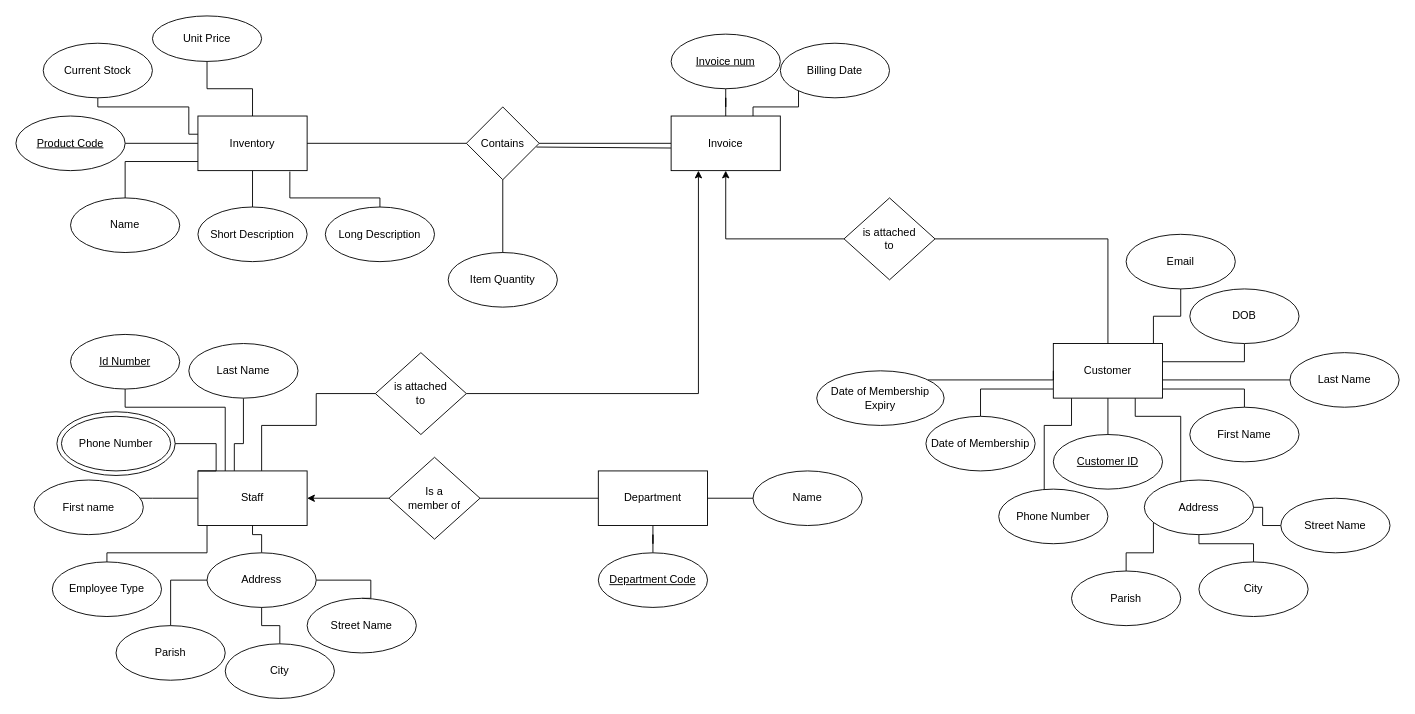
The draw.io diagram page "ERD" (1 of 2) of Database/Database Diagrams/Group Project Diagrams.drawio in SCIT-Group-Project-2021/AP-Group-Project-2022, before the edit. Source tidied: cells renumbered, new cells numbered last; positions are measured from the earlier drawing's top-left corner, leaving out a move shared by most shapes. Both pictures are drawn from the tidied source at 91%, with x=0, y=0 at pixel (15, 15).
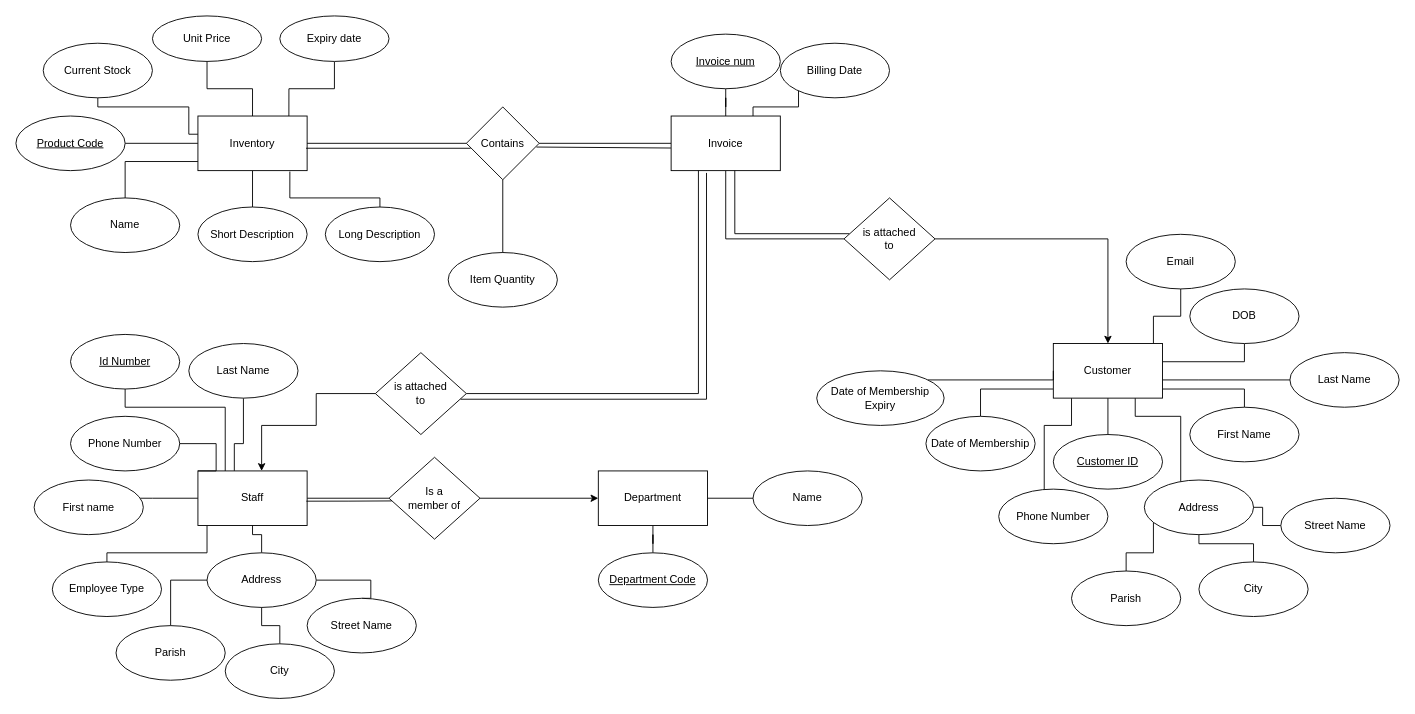
The same diagram, later.

Commit message (it also covers changes not shown here):
ERD Edits + etc.

Unchanged cells that the change refers to:
```xml
<mxCell id="10" value="Customer" style="rounded=0;whiteSpace=wrap;html=1;" parent="1" vertex="1">
  <mxGeometry x="1140" y="360" width="120" height="60" as="geometry" />
</mxCell>
<mxCell id="16" value="Inventory" style="rounded=0;whiteSpace=wrap;html=1;" parent="1" vertex="1">
  <mxGeometry x="200" y="110" width="120" height="60" as="geometry" />
</mxCell>
<mxCell id="19" value="Department" style="rounded=0;whiteSpace=wrap;html=1;" parent="1" vertex="1">
  <mxGeometry x="640" y="500" width="120" height="60" as="geometry" />
</mxCell>
<mxCell id="25" value="Staff" style="rounded=0;whiteSpace=wrap;html=1;" parent="1" vertex="1">
  <mxGeometry x="200" y="500" width="120" height="60" as="geometry" />
</mxCell>
<mxCell id="30" value="Invoice" style="rounded=0;whiteSpace=wrap;html=1;" parent="1" vertex="1">
  <mxGeometry x="720" y="110" width="120" height="60" as="geometry" />
</mxCell>
<mxCell id="60" value="Is a &lt;br&gt;member of" style="rhombus;whiteSpace=wrap;html=1;fillColor=none;" parent="1" vertex="1">
  <mxGeometry x="410" y="485" width="100" height="90" as="geometry" />
</mxCell>
<mxCell id="64" value="is attached &lt;br&gt;to" style="rhombus;whiteSpace=wrap;html=1;fillColor=none;" parent="1" vertex="1">
  <mxGeometry x="910" y="200" width="100" height="90" as="geometry" />
</mxCell>
<mxCell id="67" value="Contains" style="rhombus;whiteSpace=wrap;html=1;fillColor=none;" parent="1" vertex="1">
  <mxGeometry x="495" y="100" width="80" height="80" as="geometry" />
</mxCell>
<mxCell id="84" value="is attached &lt;br&gt;to" style="rhombus;whiteSpace=wrap;html=1;fillColor=none;" parent="1" vertex="1">
  <mxGeometry x="395" y="370" width="100" height="90" as="geometry" />
</mxCell>
```

What changed in the source:
```diff
@@
-    <mxCell id="23" style="edgeStyle=orthogonalEdgeStyle;rounded=0;jettySize=auto;html=1;entryX=0;entryY=0.5;entryDx=0;entryDy=0;endArrow=none;endFill=0;startArrow=classic;startFill=1;" parent="1" edge="1" source="25" target="60">
+    <mxCell id="23" style="edgeStyle=orthogonalEdgeStyle;rounded=0;jettySize=auto;html=1;entryX=0;entryY=0.5;entryDx=0;entryDy=0;endArrow=none;endFill=0;startArrow=none;startFill=0;" parent="1" edge="1" source="25" target="60">
       <mxGeometry relative="1" as="geometry" />
     </mxCell>
-    <mxCell id="24" style="edgeStyle=orthogonalEdgeStyle;rounded=0;jettySize=auto;html=1;entryX=0;entryY=0.5;entryDx=0;entryDy=0;startArrow=none;startFill=0;endArrow=none;endFill=0;" parent="1" edge="1" source="25" target="84">
+    <mxCell id="24" style="edgeStyle=orthogonalEdgeStyle;rounded=0;jettySize=auto;html=1;entryX=0;entryY=0.5;entryDx=0;entryDy=0;startArrow=classic;startFill=1;endArrow=none;endFill=0;" parent="1" edge="1" source="25" target="84">
       <mxGeometry relative="1" as="geometry">
         <Array as="points">
           <mxPoint x="270" y="450" />
           <mxPoint x="330" y="450" />
           <mxPoint x="330" y="415" />
         </Array>
       </mxGeometry>
     </mxCell>
@@
-    <mxCell id="28" style="edgeStyle=orthogonalEdgeStyle;rounded=0;jettySize=auto;html=1;entryX=0;entryY=0.5;entryDx=0;entryDy=0;endArrow=none;endFill=0;startArrow=classic;startFill=1;" parent="1" edge="1" source="30" target="64">
+    <mxCell id="28" style="edgeStyle=orthogonalEdgeStyle;rounded=0;jettySize=auto;html=1;entryX=0;entryY=0.5;entryDx=0;entryDy=0;endArrow=none;endFill=0;startArrow=none;startFill=0;" parent="1" edge="1" source="30" target="64">
       <mxGeometry relative="1" as="geometry">
         <Array as="points">
           <mxPoint x="780" y="245" />
         </Array>
       </mxGeometry>
     </mxCell>
@@
-    <mxCell id="34" style="edgeStyle=orthogonalEdgeStyle;rounded=0;jettySize=auto;html=1;entryX=0;entryY=0;entryDx=0;entryDy=0;endArrow=none;endFill=0;exitX=1;exitY=0.5;exitDx=0;exitDy=0;" parent="1" edge="1" source="45" target="25">
+    <mxCell id="34" style="edgeStyle=orthogonalEdgeStyle;rounded=0;jettySize=auto;html=1;entryX=0;entryY=0;entryDx=0;entryDy=0;endArrow=none;endFill=0;exitX=1;exitY=0.5;exitDx=0;exitDy=0;" parent="1" edge="1" target="25">
       <mxGeometry relative="1" as="geometry">
+        <mxPoint x="175" y="470" as="sourcePoint" />
         <Array as="points">
           <mxPoint x="220" y="470" />
           <mxPoint x="220" y="500" />
         </Array>
       </mxGeometry>
     </mxCell>
     <mxCell id="35" value="Phone Number" style="ellipse;whiteSpace=wrap;html=1;" parent="1" vertex="1">
-      <mxGeometry x="50" y="440" width="120" height="60" as="geometry" />
+      <mxGeometry x="60" y="440" width="120" height="60" as="geometry" />
     </mxCell>
@@
-    <mxCell id="45" style="ellipse;whiteSpace=wrap;html=1;fillColor=none;" parent="1" vertex="1">
-      <mxGeometry x="45" y="435" width="130" height="70" as="geometry" />
-    </mxCell>
@@
-    <mxCell id="59" style="edgeStyle=orthogonalEdgeStyle;rounded=0;jettySize=auto;html=1;entryX=0;entryY=0.5;entryDx=0;entryDy=0;endArrow=none;endFill=0;" parent="1" edge="1" source="60" target="19">
+    <mxCell id="59" style="edgeStyle=orthogonalEdgeStyle;rounded=0;jettySize=auto;html=1;entryX=0;entryY=0.5;entryDx=0;entryDy=0;endArrow=classic;endFill=1;" parent="1" edge="1" source="60" target="19">
       <mxGeometry relative="1" as="geometry" />
     </mxCell>
@@
-    <mxCell id="63" style="edgeStyle=orthogonalEdgeStyle;rounded=0;jettySize=auto;html=1;endArrow=none;endFill=0;" parent="1" edge="1" source="64" target="10">
+    <mxCell id="63" style="edgeStyle=orthogonalEdgeStyle;rounded=0;jettySize=auto;html=1;endArrow=classic;endFill=1;startArrow=none;startFill=0;" parent="1" edge="1" source="64" target="10">
       <mxGeometry relative="1" as="geometry" />
     </mxCell>
@@
-    <mxCell id="83" style="edgeStyle=orthogonalEdgeStyle;rounded=0;jettySize=auto;html=1;entryX=0.25;entryY=1;entryDx=0;entryDy=0;startArrow=none;startFill=0;endArrow=classic;endFill=1;" parent="1" edge="1" source="84" target="30">
+    <mxCell id="83" style="edgeStyle=orthogonalEdgeStyle;rounded=0;jettySize=auto;html=1;entryX=0.25;entryY=1;entryDx=0;entryDy=0;startArrow=none;startFill=0;endArrow=none;endFill=0;" parent="1" edge="1" source="84" target="30">
       <mxGeometry relative="1" as="geometry" />
     </mxCell>
@@
+    <mxCell id="85" style="edgeStyle=orthogonalEdgeStyle;rounded=0;jettySize=auto;html=1;entryX=0.833;entryY=0;entryDx=0;entryDy=0;entryPerimeter=0;endArrow=none;endFill=0;" parent="1" edge="1" source="86" target="16">
+      <mxGeometry relative="1" as="geometry" />
+    </mxCell>
+    <mxCell id="86" value="Expiry date" style="ellipse;whiteSpace=wrap;html=1;rounded=0;" parent="1" vertex="1">
+      <mxGeometry x="290" width="120" height="50" as="geometry" />
+    </mxCell>
+    <mxCell id="87" style="edgeStyle=orthogonalEdgeStyle;rounded=0;jettySize=auto;html=1;startArrow=none;startFill=0;endArrow=none;endFill=0;entryX=0.99;entryY=0.59;entryDx=0;entryDy=0;entryPerimeter=0;exitX=0.059;exitY=0.568;exitDx=0;exitDy=0;exitPerimeter=0;" parent="1" edge="1" source="67" target="16">
+      <mxGeometry relative="1" as="geometry" />
+    </mxCell>
+    <mxCell id="88" style="edgeStyle=orthogonalEdgeStyle;rounded=0;jettySize=auto;html=1;endArrow=none;endFill=0;startArrow=none;startFill=0;exitX=0.583;exitY=1;exitDx=0;exitDy=0;exitPerimeter=0;entryX=0.058;entryY=0.437;entryDx=0;entryDy=0;entryPerimeter=0;" parent="1" edge="1" source="30" target="64">
+      <mxGeometry relative="1" as="geometry">
+        <Array as="points">
+          <mxPoint x="790" y="239" />
+        </Array>
+      </mxGeometry>
+    </mxCell>
+    <mxCell id="89" style="edgeStyle=orthogonalEdgeStyle;rounded=0;jettySize=auto;html=1;entryX=0.324;entryY=1.042;entryDx=0;entryDy=0;startArrow=none;startFill=0;endArrow=none;endFill=0;exitX=0.936;exitY=0.569;exitDx=0;exitDy=0;exitPerimeter=0;entryPerimeter=0;" parent="1" edge="1" source="84" target="30">
+      <mxGeometry relative="1" as="geometry" />
+    </mxCell>
+    <mxCell id="90" style="edgeStyle=orthogonalEdgeStyle;rounded=0;jettySize=auto;html=1;entryX=0.03;entryY=0.533;entryDx=0;entryDy=0;endArrow=none;endFill=0;startArrow=none;startFill=0;entryPerimeter=0;exitX=0.993;exitY=0.554;exitDx=0;exitDy=0;exitPerimeter=0;" parent="1" edge="1" source="25" target="60">
+      <mxGeometry relative="1" as="geometry" />
+    </mxCell>
```
